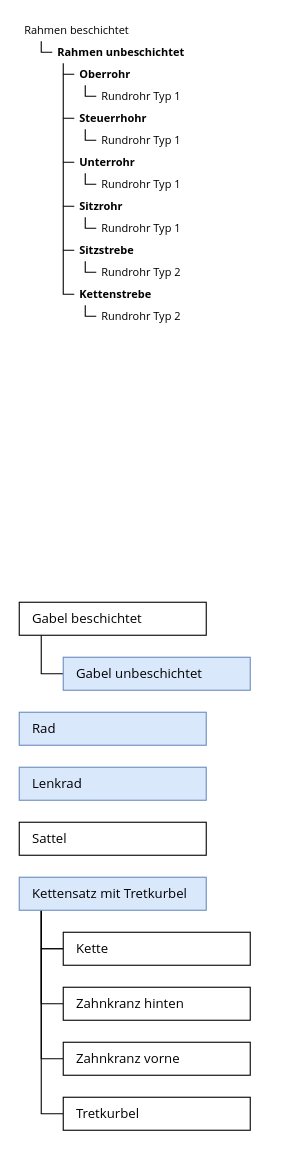
Before: page "Seite-1" (1 of 2) of Notes Kurt Gisler/Item Structure Beispiel Produkt Fahrrad.drawio in Mint-System/Odoo-Wiki, a draw.io diagram. Source tidied: cells renumbered, new cells numbered last; positions are measured from the earlier drawing's top-left corner, leaving out a move shared by most shapes. Both pictures are drawn from the tidied source at 110%, with x=0, y=0 at pixel (19, 19).
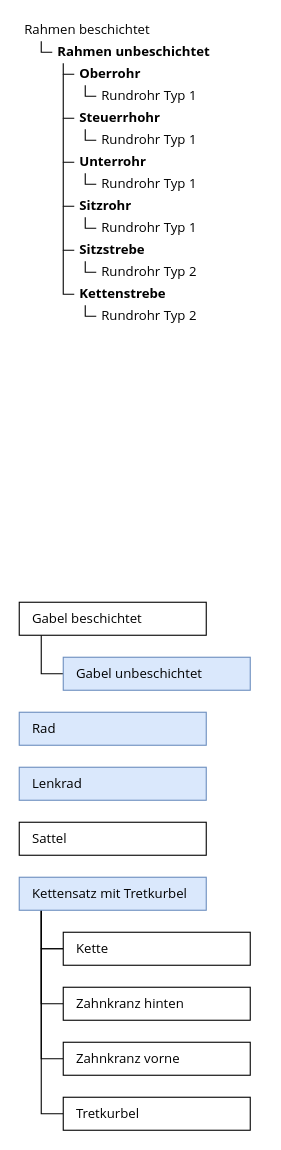
After the change.

What changed in the source:
```diff
@@
-    <mxCell id="2" value="&lt;font face=&quot;Open Sans&quot; style=&quot;font-size: 10px;&quot;&gt;Rahmen beschichtet&lt;/font&gt;" style="rounded=0;whiteSpace=wrap;html=1;spacingLeft=3;align=left;strokeColor=#FFFFFF;fontSize=10;fontStyle=0;" parent="1" vertex="1">
+    <mxCell id="2" value="&lt;font style=&quot;font-size: 12px;&quot;&gt;Rahmen beschichtet&lt;/font&gt;" style="rounded=0;whiteSpace=wrap;html=1;spacingLeft=3;align=left;strokeColor=#FFFFFF;fontSize=12;fontStyle=0;fontFamily=Open Sans;" parent="1" vertex="1">
       <mxGeometry width="150" height="20" as="geometry" />
     </mxCell>
-    <mxCell id="3" value="&lt;font face=&quot;Open Sans&quot; style=&quot;font-size: 10px;&quot;&gt;Rahmen unbeschichtet&lt;/font&gt;" style="rounded=0;whiteSpace=wrap;html=1;align=left;spacingLeft=3;strokeColor=#FFFFFF;fontSize=10;fillColor=none;fontStyle=1;" parent="1" vertex="1">
+    <mxCell id="3" value="&lt;font style=&quot;font-size: 12px;&quot;&gt;Rahmen unbeschichtet&lt;/font&gt;" style="rounded=0;whiteSpace=wrap;html=1;align=left;spacingLeft=3;strokeColor=#FFFFFF;fontSize=12;fillColor=none;fontStyle=1;fontFamily=Open Sans;" parent="1" vertex="1">
       <mxGeometry x="30" y="20" width="174" height="20" as="geometry" />
     </mxCell>
@@
-    <mxCell id="19" value="&lt;font face=&quot;Open Sans&quot; style=&quot;font-size: 10px;&quot;&gt;Rundrohr Typ 1&lt;/font&gt;" style="rounded=0;whiteSpace=wrap;html=1;spacingLeft=3;align=left;strokeColor=#FFFFFF;fontSize=10;" parent="1" vertex="1">
+    <mxCell id="19" value="&lt;font style=&quot;font-size: 12px;&quot;&gt;Rundrohr Typ 1&lt;/font&gt;" style="rounded=0;whiteSpace=wrap;html=1;spacingLeft=3;align=left;strokeColor=#FFFFFF;fontSize=12;fontFamily=Open Sans;" parent="1" vertex="1">
       <mxGeometry x="70" y="60" width="150" height="20" as="geometry" />
     </mxCell>
-    <mxCell id="20" value="&lt;font face=&quot;Open Sans&quot; style=&quot;font-size: 10px;&quot;&gt;Oberrohr&lt;/font&gt;" style="rounded=0;whiteSpace=wrap;html=1;align=left;spacingLeft=3;strokeColor=#FFFFFF;fontSize=10;fontStyle=1;fillColor=none;" parent="1" vertex="1">
+    <mxCell id="20" value="&lt;font style=&quot;font-size: 12px;&quot;&gt;Oberrohr&lt;/font&gt;" style="rounded=0;whiteSpace=wrap;html=1;align=left;spacingLeft=3;strokeColor=#FFFFFF;fontSize=12;fontStyle=1;fillColor=none;fontFamily=Open Sans;" parent="1" vertex="1">
       <mxGeometry x="50" y="40" width="110" height="20" as="geometry" />
     </mxCell>
-    <mxCell id="21" value="&lt;font face=&quot;Open Sans&quot; style=&quot;font-size: 10px;&quot;&gt;Steuerrhohr&lt;br style=&quot;font-size: 10px;&quot;&gt;&lt;/font&gt;" style="rounded=0;whiteSpace=wrap;html=1;align=left;spacingLeft=3;strokeColor=#FFFFFF;fontSize=10;fillColor=none;fontStyle=1;" parent="1" vertex="1">
+    <mxCell id="21" value="&lt;font style=&quot;font-size: 12px;&quot;&gt;Steuerrhohr&lt;br style=&quot;font-size: 12px;&quot;&gt;&lt;/font&gt;" style="rounded=0;whiteSpace=wrap;html=1;align=left;spacingLeft=3;strokeColor=#FFFFFF;fontSize=12;fillColor=none;fontStyle=1;fontFamily=Open Sans;" parent="1" vertex="1">
       <mxGeometry x="50" y="80" width="170" height="20" as="geometry" />
     </mxCell>
-    <mxCell id="22" style="edgeStyle=orthogonalEdgeStyle;rounded=0;jettySize=auto;html=1;endArrow=none;endFill=0;exitX=0;exitY=0.5;exitDx=0;exitDy=0;" parent="1" edge="1" source="3">
+    <mxCell id="22" style="edgeStyle=orthogonalEdgeStyle;rounded=0;jettySize=auto;html=1;endArrow=none;endFill=0;exitX=0;exitY=0.5;exitDx=0;exitDy=0;fontFamily=Open Sans;fontSize=12;" parent="1" edge="1" source="3">
       <mxGeometry relative="1" as="geometry">
         <mxPoint x="20" y="20" as="targetPoint" />
         <Array as="points">
           <mxPoint x="20" y="30" />
         </Array>
       </mxGeometry>
     </mxCell>
-    <mxCell id="23" style="edgeStyle=orthogonalEdgeStyle;rounded=0;orthogonalLoop=1;jettySize=auto;html=1;endArrow=none;endFill=0;exitX=0;exitY=0.5;exitDx=0;exitDy=0;" parent="1" edge="1">
+    <mxCell id="23" style="edgeStyle=orthogonalEdgeStyle;rounded=0;orthogonalLoop=1;jettySize=auto;html=1;endArrow=none;endFill=0;exitX=0;exitY=0.5;exitDx=0;exitDy=0;fontFamily=Open Sans;fontSize=12;" parent="1" edge="1">
       <mxGeometry relative="1" as="geometry">
         <mxPoint x="50" y="50" as="sourcePoint" />
         <mxPoint x="40" y="40" as="targetPoint" />
         <Array as="points">
           <mxPoint x="40" y="50" />
         </Array>
       </mxGeometry>
     </mxCell>
-    <mxCell id="24" style="edgeStyle=orthogonalEdgeStyle;rounded=0;orthogonalLoop=1;jettySize=auto;html=1;endArrow=none;endFill=0;exitX=0;exitY=0.5;exitDx=0;exitDy=0;" parent="1" edge="1">
+    <mxCell id="24" style="edgeStyle=orthogonalEdgeStyle;rounded=0;orthogonalLoop=1;jettySize=auto;html=1;endArrow=none;endFill=0;exitX=0;exitY=0.5;exitDx=0;exitDy=0;fontFamily=Open Sans;fontSize=12;" parent="1" edge="1">
       <mxGeometry relative="1" as="geometry">
         <mxPoint x="70" y="70" as="sourcePoint" />
         <mxPoint x="60" y="60" as="targetPoint" />
         <Array as="points">
           <mxPoint x="60" y="70" />
         </Array>
       </mxGeometry>
     </mxCell>
-    <mxCell id="25" value="&lt;font face=&quot;Open Sans&quot; style=&quot;font-size: 10px;&quot;&gt;Rundrohr Typ 1&lt;/font&gt;" style="rounded=0;whiteSpace=wrap;html=1;spacingLeft=3;align=left;strokeColor=#FFFFFF;fontSize=10;" parent="1" vertex="1">
+    <mxCell id="25" value="&lt;font style=&quot;font-size: 12px;&quot;&gt;Rundrohr Typ 1&lt;/font&gt;" style="rounded=0;whiteSpace=wrap;html=1;spacingLeft=3;align=left;strokeColor=#FFFFFF;fontSize=12;fontFamily=Open Sans;" parent="1" vertex="1">
       <mxGeometry x="70" y="100" width="150" height="20" as="geometry" />
     </mxCell>
-    <mxCell id="26" style="edgeStyle=orthogonalEdgeStyle;rounded=0;orthogonalLoop=1;jettySize=auto;html=1;endArrow=none;endFill=0;exitX=0;exitY=0.5;exitDx=0;exitDy=0;" parent="1" edge="1">
+    <mxCell id="26" style="edgeStyle=orthogonalEdgeStyle;rounded=0;orthogonalLoop=1;jettySize=auto;html=1;endArrow=none;endFill=0;exitX=0;exitY=0.5;exitDx=0;exitDy=0;fontFamily=Open Sans;fontSize=12;" parent="1" edge="1">
       <mxGeometry relative="1" as="geometry">
         <mxPoint x="70" y="110" as="sourcePoint" />
         <mxPoint x="60" y="100" as="targetPoint" />
         <Array as="points">
           <mxPoint x="60" y="110" />
         </Array>
       </mxGeometry>
     </mxCell>
-    <mxCell id="27" value="&lt;font face=&quot;Open Sans&quot; style=&quot;font-size: 10px&quot;&gt;Unterrohr&lt;br style=&quot;font-size: 10px&quot;&gt;&lt;/font&gt;" style="rounded=0;whiteSpace=wrap;html=1;align=left;spacingLeft=3;strokeColor=#FFFFFF;fontSize=10;fillColor=none;fontStyle=1;" parent="1" vertex="1">
+    <mxCell id="27" value="&lt;font style=&quot;font-size: 12px;&quot;&gt;Unterrohr&lt;br style=&quot;font-size: 12px;&quot;&gt;&lt;/font&gt;" style="rounded=0;whiteSpace=wrap;html=1;align=left;spacingLeft=3;strokeColor=#FFFFFF;fontSize=12;fillColor=none;fontStyle=1;fontFamily=Open Sans;" parent="1" vertex="1">
       <mxGeometry x="50" y="120" width="170" height="20" as="geometry" />
     </mxCell>
-    <mxCell id="28" style="edgeStyle=orthogonalEdgeStyle;rounded=0;orthogonalLoop=1;jettySize=auto;html=1;endArrow=none;endFill=0;exitX=0;exitY=0.5;exitDx=0;exitDy=0;" parent="1" edge="1">
+    <mxCell id="28" style="edgeStyle=orthogonalEdgeStyle;rounded=0;orthogonalLoop=1;jettySize=auto;html=1;endArrow=none;endFill=0;exitX=0;exitY=0.5;exitDx=0;exitDy=0;fontFamily=Open Sans;fontSize=12;" parent="1" edge="1">
       <mxGeometry relative="1" as="geometry">
         <mxPoint x="50" y="130" as="sourcePoint" />
         <mxPoint x="40" y="90" as="targetPoint" />
         <Array as="points">
           <mxPoint x="40" y="130" />
         </Array>
       </mxGeometry>
     </mxCell>
-    <mxCell id="29" value="&lt;font face=&quot;Open Sans&quot; style=&quot;font-size: 10px;&quot;&gt;Rundrohr Typ 1&lt;/font&gt;" style="rounded=0;whiteSpace=wrap;html=1;spacingLeft=3;align=left;strokeColor=#FFFFFF;fontSize=10;" parent="1" vertex="1">
+    <mxCell id="29" value="&lt;font style=&quot;font-size: 12px;&quot;&gt;Rundrohr Typ 1&lt;/font&gt;" style="rounded=0;whiteSpace=wrap;html=1;spacingLeft=3;align=left;strokeColor=#FFFFFF;fontSize=12;fontFamily=Open Sans;" parent="1" vertex="1">
       <mxGeometry x="70" y="140" width="150" height="20" as="geometry" />
     </mxCell>
-    <mxCell id="30" style="edgeStyle=orthogonalEdgeStyle;rounded=0;orthogonalLoop=1;jettySize=auto;html=1;endArrow=none;endFill=0;exitX=0;exitY=0.5;exitDx=0;exitDy=0;" parent="1" edge="1">
+    <mxCell id="30" style="edgeStyle=orthogonalEdgeStyle;rounded=0;orthogonalLoop=1;jettySize=auto;html=1;endArrow=none;endFill=0;exitX=0;exitY=0.5;exitDx=0;exitDy=0;fontFamily=Open Sans;fontSize=12;" parent="1" edge="1">
       <mxGeometry relative="1" as="geometry">
         <mxPoint x="70" y="150" as="sourcePoint" />
         <mxPoint x="60" y="140" as="targetPoint" />
         <Array as="points">
           <mxPoint x="60" y="150" />
         </Array>
       </mxGeometry>
     </mxCell>
-    <mxCell id="31" value="&lt;font face=&quot;Open Sans&quot; style=&quot;font-size: 10px&quot;&gt;Sitzrohr&lt;/font&gt;" style="rounded=0;whiteSpace=wrap;html=1;align=left;spacingLeft=3;strokeColor=#FFFFFF;fontSize=10;fontStyle=1;fillColor=none;" parent="1" vertex="1">
+    <mxCell id="31" value="&lt;font style=&quot;font-size: 12px;&quot;&gt;Sitzrohr&lt;/font&gt;" style="rounded=0;whiteSpace=wrap;html=1;align=left;spacingLeft=3;strokeColor=#FFFFFF;fontSize=12;fontStyle=1;fillColor=none;fontFamily=Open Sans;" parent="1" vertex="1">
       <mxGeometry x="50" y="160" width="110" height="20" as="geometry" />
     </mxCell>
-    <mxCell id="32" value="&lt;font face=&quot;Open Sans&quot; style=&quot;font-size: 10px;&quot;&gt;Rundrohr Typ 1&lt;/font&gt;" style="rounded=0;whiteSpace=wrap;html=1;spacingLeft=3;align=left;strokeColor=#FFFFFF;fontSize=10;" parent="1" vertex="1">
+    <mxCell id="32" value="&lt;font style=&quot;font-size: 12px;&quot;&gt;Rundrohr Typ 1&lt;/font&gt;" style="rounded=0;whiteSpace=wrap;html=1;spacingLeft=3;align=left;strokeColor=#FFFFFF;fontSize=12;fontFamily=Open Sans;" parent="1" vertex="1">
       <mxGeometry x="70" y="180" width="150" height="20" as="geometry" />
     </mxCell>
-    <mxCell id="33" style="edgeStyle=orthogonalEdgeStyle;rounded=0;orthogonalLoop=1;jettySize=auto;html=1;endArrow=none;endFill=0;exitX=0;exitY=0.5;exitDx=0;exitDy=0;" parent="1" edge="1">
+    <mxCell id="33" style="edgeStyle=orthogonalEdgeStyle;rounded=0;orthogonalLoop=1;jettySize=auto;html=1;endArrow=none;endFill=0;exitX=0;exitY=0.5;exitDx=0;exitDy=0;fontFamily=Open Sans;fontSize=12;" parent="1" edge="1">
       <mxGeometry relative="1" as="geometry">
         <mxPoint x="70" y="190" as="sourcePoint" />
         <mxPoint x="60" y="180" as="targetPoint" />
         <Array as="points">
           <mxPoint x="60" y="190" />
         </Array>
       </mxGeometry>
     </mxCell>
-    <mxCell id="34" style="edgeStyle=orthogonalEdgeStyle;rounded=0;orthogonalLoop=1;jettySize=auto;html=1;endArrow=none;endFill=0;exitX=0;exitY=0.5;exitDx=0;exitDy=0;" parent="1" edge="1">
+    <mxCell id="34" style="edgeStyle=orthogonalEdgeStyle;rounded=0;orthogonalLoop=1;jettySize=auto;html=1;endArrow=none;endFill=0;exitX=0;exitY=0.5;exitDx=0;exitDy=0;fontFamily=Open Sans;fontSize=12;" parent="1" edge="1">
       <mxGeometry relative="1" as="geometry">
         <mxPoint x="50" y="170" as="sourcePoint" />
         <mxPoint x="40" y="130" as="targetPoint" />
         <Array as="points">
           <mxPoint x="40" y="170" />
         </Array>
       </mxGeometry>
     </mxCell>
-    <mxCell id="35" value="&lt;font face=&quot;Open Sans&quot; style=&quot;font-size: 10px&quot;&gt;Sitzstrebe&lt;/font&gt;" style="rounded=0;whiteSpace=wrap;html=1;align=left;spacingLeft=3;strokeColor=#FFFFFF;fontSize=10;fontStyle=1;fillColor=none;" parent="1" vertex="1">
+    <mxCell id="35" value="&lt;font style=&quot;font-size: 12px;&quot;&gt;Sitzstrebe&lt;/font&gt;" style="rounded=0;whiteSpace=wrap;html=1;align=left;spacingLeft=3;strokeColor=#FFFFFF;fontSize=12;fontStyle=1;fillColor=none;fontFamily=Open Sans;" parent="1" vertex="1">
       <mxGeometry x="50" y="200" width="110" height="20" as="geometry" />
     </mxCell>
-    <mxCell id="36" style="edgeStyle=orthogonalEdgeStyle;rounded=0;orthogonalLoop=1;jettySize=auto;html=1;endArrow=none;endFill=0;exitX=0;exitY=0.5;exitDx=0;exitDy=0;" parent="1" edge="1">
+    <mxCell id="36" style="edgeStyle=orthogonalEdgeStyle;rounded=0;orthogonalLoop=1;jettySize=auto;html=1;endArrow=none;endFill=0;exitX=0;exitY=0.5;exitDx=0;exitDy=0;fontFamily=Open Sans;fontSize=12;" parent="1" edge="1">
       <mxGeometry relative="1" as="geometry">
         <mxPoint x="50" y="210" as="sourcePoint" />
         <mxPoint x="40" y="170" as="targetPoint" />
         <Array as="points">
           <mxPoint x="40" y="210" />
         </Array>
       </mxGeometry>
     </mxCell>
-    <mxCell id="37" value="&lt;font face=&quot;Open Sans&quot; style=&quot;font-size: 10px&quot;&gt;Rundrohr Typ 2&lt;/font&gt;" style="rounded=0;whiteSpace=wrap;html=1;spacingLeft=3;align=left;strokeColor=#FFFFFF;fontSize=10;" parent="1" vertex="1">
+    <mxCell id="37" value="&lt;font style=&quot;font-size: 12px;&quot;&gt;Rundrohr Typ 2&lt;/font&gt;" style="rounded=0;whiteSpace=wrap;html=1;spacingLeft=3;align=left;strokeColor=#FFFFFF;fontSize=12;fontFamily=Open Sans;" parent="1" vertex="1">
       <mxGeometry x="70" y="220" width="150" height="20" as="geometry" />
     </mxCell>
-    <mxCell id="38" style="edgeStyle=orthogonalEdgeStyle;rounded=0;orthogonalLoop=1;jettySize=auto;html=1;endArrow=none;endFill=0;exitX=0;exitY=0.5;exitDx=0;exitDy=0;" parent="1" edge="1">
+    <mxCell id="38" style="edgeStyle=orthogonalEdgeStyle;rounded=0;orthogonalLoop=1;jettySize=auto;html=1;endArrow=none;endFill=0;exitX=0;exitY=0.5;exitDx=0;exitDy=0;fontFamily=Open Sans;fontSize=12;" parent="1" edge="1">
       <mxGeometry relative="1" as="geometry">
         <mxPoint x="70" y="230" as="sourcePoint" />
         <mxPoint x="60" y="220" as="targetPoint" />
         <Array as="points">
           <mxPoint x="60" y="230" />
         </Array>
       </mxGeometry>
     </mxCell>
-    <mxCell id="39" value="&lt;font face=&quot;Open Sans&quot; style=&quot;font-size: 10px&quot;&gt;Kettenstrebe&lt;/font&gt;" style="rounded=0;whiteSpace=wrap;html=1;align=left;spacingLeft=3;strokeColor=#FFFFFF;fontSize=10;fontStyle=1;fillColor=none;" parent="1" vertex="1">
+    <mxCell id="39" value="&lt;font style=&quot;font-size: 12px;&quot;&gt;Kettenstrebe&lt;/font&gt;" style="rounded=0;whiteSpace=wrap;html=1;align=left;spacingLeft=3;strokeColor=#FFFFFF;fontSize=12;fontStyle=1;fillColor=none;fontFamily=Open Sans;" parent="1" vertex="1">
       <mxGeometry x="50" y="240" width="110" height="20" as="geometry" />
     </mxCell>
-    <mxCell id="40" value="&lt;font face=&quot;Open Sans&quot; style=&quot;font-size: 10px&quot;&gt;Rundrohr Typ 2&lt;/font&gt;" style="rounded=0;whiteSpace=wrap;html=1;spacingLeft=3;align=left;strokeColor=#FFFFFF;fontSize=10;" parent="1" vertex="1">
+    <mxCell id="40" value="&lt;font style=&quot;font-size: 12px;&quot;&gt;Rundrohr Typ 2&lt;/font&gt;" style="rounded=0;whiteSpace=wrap;html=1;spacingLeft=3;align=left;strokeColor=#FFFFFF;fontSize=12;fontFamily=Open Sans;" parent="1" vertex="1">
       <mxGeometry x="70" y="260" width="150" height="20" as="geometry" />
     </mxCell>
-    <mxCell id="41" style="edgeStyle=orthogonalEdgeStyle;rounded=0;orthogonalLoop=1;jettySize=auto;html=1;endArrow=none;endFill=0;exitX=0;exitY=0.5;exitDx=0;exitDy=0;" parent="1" edge="1">
+    <mxCell id="41" style="edgeStyle=orthogonalEdgeStyle;rounded=0;orthogonalLoop=1;jettySize=auto;html=1;endArrow=none;endFill=0;exitX=0;exitY=0.5;exitDx=0;exitDy=0;fontFamily=Open Sans;fontSize=12;" parent="1" edge="1">
       <mxGeometry relative="1" as="geometry">
         <mxPoint x="70" y="270" as="sourcePoint" />
         <mxPoint x="60" y="260" as="targetPoint" />
         <Array as="points">
           <mxPoint x="60" y="270" />
         </Array>
       </mxGeometry>
     </mxCell>
-    <mxCell id="42" style="edgeStyle=orthogonalEdgeStyle;rounded=0;orthogonalLoop=1;jettySize=auto;html=1;endArrow=none;endFill=0;exitX=0;exitY=0.5;exitDx=0;exitDy=0;" parent="1" edge="1">
+    <mxCell id="42" style="edgeStyle=orthogonalEdgeStyle;rounded=0;orthogonalLoop=1;jettySize=auto;html=1;endArrow=none;endFill=0;exitX=0;exitY=0.5;exitDx=0;exitDy=0;fontFamily=Open Sans;fontSize=12;" parent="1" edge="1">
       <mxGeometry relative="1" as="geometry">
         <mxPoint x="50" y="250" as="sourcePoint" />
         <mxPoint x="40" y="210" as="targetPoint" />
         <Array as="points">
           <mxPoint x="40" y="250" />
         </Array>
       </mxGeometry>
     </mxCell>
-    <mxCell id="43" style="edgeStyle=orthogonalEdgeStyle;rounded=0;orthogonalLoop=1;jettySize=auto;html=1;endArrow=none;endFill=0;exitX=0;exitY=0.5;exitDx=0;exitDy=0;" parent="1" edge="1">
+    <mxCell id="43" style="edgeStyle=orthogonalEdgeStyle;rounded=0;orthogonalLoop=1;jettySize=auto;html=1;endArrow=none;endFill=0;exitX=0;exitY=0.5;exitDx=0;exitDy=0;fontFamily=Open Sans;fontSize=12;" parent="1" edge="1">
       <mxGeometry relative="1" as="geometry">
         <mxPoint x="50" y="90" as="sourcePoint" />
         <mxPoint x="40" y="50" as="targetPoint" />
         <Array as="points">
           <mxPoint x="40" y="90" />
         </Array>
       </mxGeometry>
     </mxCell>
```
